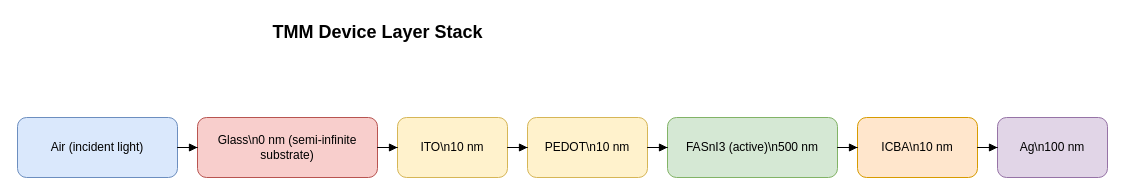
This is tinpero (1)/device_structure.drawio from dhiraj989989/matlab, a draw.io file, before an edit. Source tidied: cells renumbered, new cells numbered last; positions are measured from the earlier drawing's top-left corner, leaving out a move shared by most shapes. Both pictures are drawn from the tidied source at 100%, with x=0, y=0 at pixel (17, 17).
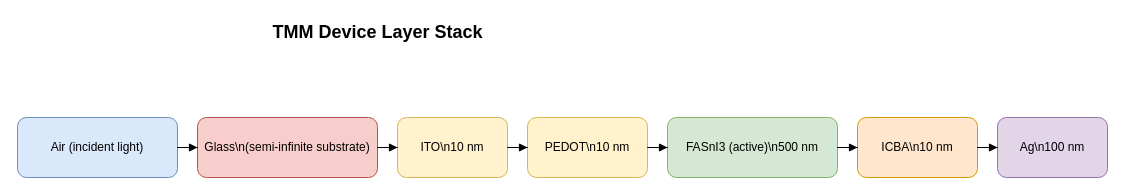
The same page after the edit.

Commit message:
Clarify glass substrate label in draw.io diagram

Agent-Logs-Url: https://github.com/dhiraj989989/matlab/sessions/6ea2f247-227b-4900-b2ef-0cbac9a3a17e

Change to the diagram source:
```diff
@@
 <mxGraphModel>
   <root>
     <mxCell id="0" />
     <mxCell id="1" parent="0" />
     <mxCell id="2" value="TMM Device Layer Stack" style="text;html=1;strokeColor=none;fillColor=none;align=center;verticalAlign=middle;fontSize=18;fontStyle=1;" parent="1" vertex="1">
       <mxGeometry x="200" width="320" height="30" as="geometry" />
     </mxCell>
     <mxCell id="3" value="Air (incident light)" style="rounded=1;whiteSpace=wrap;html=1;fillColor=#dae8fc;strokeColor=#6c8ebf;fontSize=12;" parent="1" vertex="1">
       <mxGeometry y="100" width="160" height="60" as="geometry" />
     </mxCell>
-    <mxCell id="4" value="Glass\n0 nm (semi-infinite substrate)" style="rounded=1;whiteSpace=wrap;html=1;fillColor=#f8cecc;strokeColor=#b85450;fontSize=12;" parent="1" vertex="1">
+    <mxCell id="4" value="Glass\n(semi-infinite substrate)" style="rounded=1;whiteSpace=wrap;html=1;fillColor=#f8cecc;strokeColor=#b85450;fontSize=12;" parent="1" vertex="1">
       <mxGeometry x="180" y="100" width="180" height="60" as="geometry" />
     </mxCell>
     <mxCell id="5" value="ITO\n10 nm" style="rounded=1;whiteSpace=wrap;html=1;fillColor=#fff2cc;strokeColor=#d6b656;fontSize=12;" parent="1" vertex="1">
       <mxGeometry x="380" y="100" width="110" height="60" as="geometry" />
     </mxCell>
     <mxCell id="6" value="PEDOT\n10 nm" style="rounded=1;whiteSpace=wrap;html=1;fillColor=#fff2cc;strokeColor=#d6b656;fontSize=12;" parent="1" vertex="1">
       <mxGeometry x="510" y="100" width="120" height="60" as="geometry" />
     </mxCell>
     <mxCell id="7" value="FASnI3 (active)\n500 nm" style="rounded=1;whiteSpace=wrap;html=1;fillColor=#d5e8d4;strokeColor=#82b366;fontSize=12;" parent="1" vertex="1">
       <mxGeometry x="650" y="100" width="170" height="60" as="geometry" />
     </mxCell>
     <mxCell id="8" value="ICBA\n10 nm" style="rounded=1;whiteSpace=wrap;html=1;fillColor=#ffe6cc;strokeColor=#d79b00;fontSize=12;" parent="1" vertex="1">
       <mxGeometry x="840" y="100" width="120" height="60" as="geometry" />
     </mxCell>
     <mxCell id="9" value="Ag\n100 nm" style="rounded=1;whiteSpace=wrap;html=1;fillColor=#e1d5e7;strokeColor=#9673a6;fontSize=12;" parent="1" vertex="1">
       <mxGeometry x="980" y="100" width="110" height="60" as="geometry" />
     </mxCell>
     <mxCell id="10" style="edgeStyle=orthogonalEdgeStyle;rounded=0;jettySize=auto;html=1;endArrow=block;endFill=1;" parent="1" edge="1" source="3" target="4">
       <mxGeometry relative="1" as="geometry" />
     </mxCell>
     <mxCell id="11" style="edgeStyle=orthogonalEdgeStyle;rounded=0;jettySize=auto;html=1;endArrow=block;endFill=1;" parent="1" edge="1" source="4" target="5">
       <mxGeometry relative="1" as="geometry" />
     </mxCell>
     <mxCell id="12" style="edgeStyle=orthogonalEdgeStyle;rounded=0;jettySize=auto;html=1;endArrow=block;endFill=1;" parent="1" edge="1" source="5" target="6">
       <mxGeometry relative="1" as="geometry" />
     </mxCell>
     <mxCell id="13" style="edgeStyle=orthogonalEdgeStyle;rounded=0;jettySize=auto;html=1;endArrow=block;endFill=1;" parent="1" edge="1" source="6" target="7">
       <mxGeometry relative="1" as="geometry" />
     </mxCell>
     <mxCell id="14" style="edgeStyle=orthogonalEdgeStyle;rounded=0;jettySize=auto;html=1;endArrow=block;endFill=1;" parent="1" edge="1" source="7" target="8">
       <mxGeometry relative="1" as="geometry" />
     </mxCell>
     <mxCell id="15" style="edgeStyle=orthogonalEdgeStyle;rounded=0;jettySize=auto;html=1;endArrow=block;endFill=1;" parent="1" edge="1" source="8" target="9">
       <mxGeometry relative="1" as="geometry" />
     </mxCell>
   </root>
 </mxGraphModel>
```
